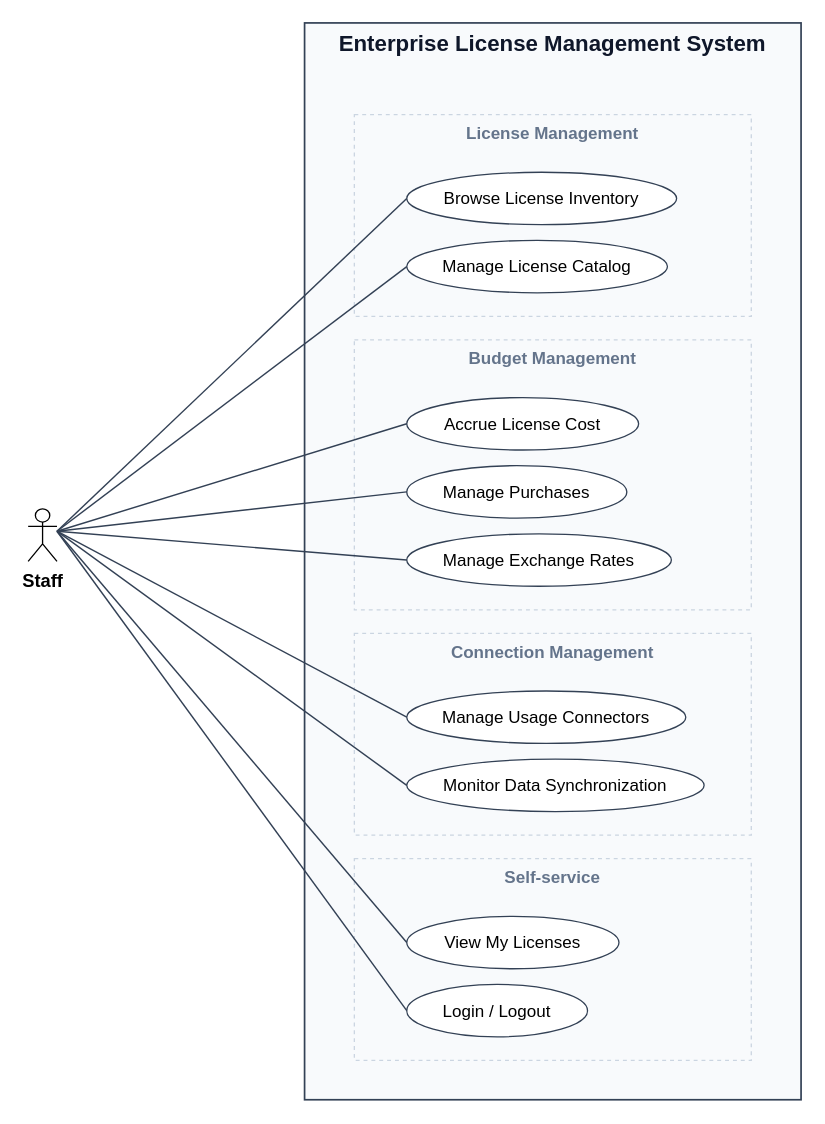
cuonglpv/VFast keeps this draw.io diagram as docs/diagrams/out/uc_staff.drawio. Above is the earlier version. Source tidied: cells renumbered, new cells numbered last; positions are measured from the earlier drawing's top-left corner, leaving out a move shared by most shapes. Both pictures are drawn from the tidied source at 131%, with x=0, y=0 at pixel (28, 22).
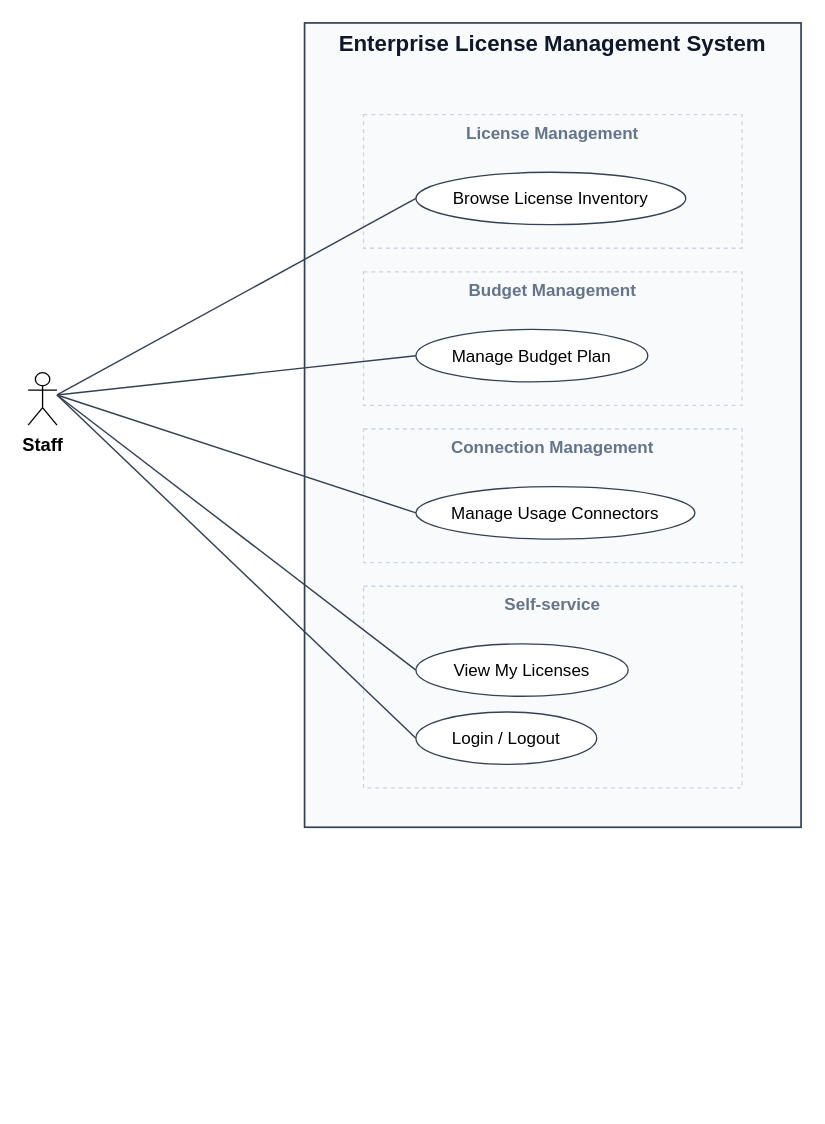
Above is the later version.

Diff of the diagram source:
```diff
@@
     <mxCell id="2" value="Enterprise License Management System" style="rounded=0;arcSize=0;absoluteArcSize=1;whiteSpace=wrap;html=1;fillColor=#F8FAFC;strokeColor=#334155;strokeWidth=1.3;fontSize=17;fontColor=#0f172a;align=center;verticalAlign=top;fontStyle=1;" parent="1" vertex="1">
-      <mxGeometry x="211" width="379" height="822" as="geometry" />
+      <mxGeometry x="211" width="379" height="614" as="geometry" />
     </mxCell>
     <mxCell id="3" value="License Management" style="rounded=0;arcSize=0;absoluteArcSize=1;whiteSpace=wrap;html=1;fillColor=#F8FAFC;strokeColor=#CBD5E1;strokeWidth=1;fontSize=13;fontColor=#64748B;align=center;verticalAlign=top;dashed=1;fontStyle=1;" parent="1" vertex="1">
-      <mxGeometry x="249" y="70" width="303" height="154" as="geometry" />
+      <mxGeometry x="256" y="70" width="289" height="102" as="geometry" />
     </mxCell>
     <mxCell id="4" value="Browse License Inventory" style="ellipse;whiteSpace=wrap;html=1;fillColor=#ffffff;strokeColor=#334155;fontSize=13;fontColor=#000000;" parent="1" vertex="1">
-      <mxGeometry x="289" y="114" width="206" height="40" as="geometry" />
+      <mxGeometry x="296" y="114" width="206" height="40" as="geometry" />
     </mxCell>
-    <mxCell id="5" value="Manage License Catalog" style="ellipse;whiteSpace=wrap;html=1;fillColor=#ffffff;strokeColor=#334155;fontSize=13;fontColor=#000000;" parent="1" vertex="1">
-      <mxGeometry x="289" y="166" width="199" height="40" as="geometry" />
+    <mxCell id="5" value="Budget Management" style="rounded=0;arcSize=0;absoluteArcSize=1;whiteSpace=wrap;html=1;fillColor=#F8FAFC;strokeColor=#CBD5E1;strokeWidth=1;fontSize=13;fontColor=#64748B;align=center;verticalAlign=top;dashed=1;fontStyle=1;" parent="1" vertex="1">
+      <mxGeometry x="256" y="190" width="289" height="102" as="geometry" />
     </mxCell>
-    <mxCell id="6" value="Budget Management" style="rounded=0;arcSize=0;absoluteArcSize=1;whiteSpace=wrap;html=1;fillColor=#F8FAFC;strokeColor=#CBD5E1;strokeWidth=1;fontSize=13;fontColor=#64748B;align=center;verticalAlign=top;dashed=1;fontStyle=1;" parent="1" vertex="1">
-      <mxGeometry x="249" y="242" width="303" height="206" as="geometry" />
+    <mxCell id="6" value="Manage Budget Plan" style="ellipse;whiteSpace=wrap;html=1;fillColor=#ffffff;strokeColor=#334155;fontSize=13;fontColor=#000000;" parent="1" vertex="1">
+      <mxGeometry x="296" y="234" width="177" height="40" as="geometry" />
     </mxCell>
-    <mxCell id="7" value="Accrue License Cost" style="ellipse;whiteSpace=wrap;html=1;fillColor=#ffffff;strokeColor=#334155;fontSize=13;fontColor=#000000;" parent="1" vertex="1">
-      <mxGeometry x="289" y="286" width="177" height="40" as="geometry" />
+    <mxCell id="7" value="Connection Management" style="rounded=0;arcSize=0;absoluteArcSize=1;whiteSpace=wrap;html=1;fillColor=#F8FAFC;strokeColor=#CBD5E1;strokeWidth=1;fontSize=13;fontColor=#64748B;align=center;verticalAlign=top;dashed=1;fontStyle=1;" parent="1" vertex="1">
+      <mxGeometry x="256" y="310" width="289" height="102" as="geometry" />
     </mxCell>
-    <mxCell id="8" value="Manage Purchases" style="ellipse;whiteSpace=wrap;html=1;fillColor=#ffffff;strokeColor=#334155;fontSize=13;fontColor=#000000;" parent="1" vertex="1">
-      <mxGeometry x="289" y="338" width="168" height="40" as="geometry" />
+    <mxCell id="8" value="Manage Usage Connectors" style="ellipse;whiteSpace=wrap;html=1;fillColor=#ffffff;strokeColor=#334155;fontSize=13;fontColor=#000000;" parent="1" vertex="1">
+      <mxGeometry x="296" y="354" width="213" height="40" as="geometry" />
     </mxCell>
-    <mxCell id="9" value="Manage Exchange Rates" style="ellipse;whiteSpace=wrap;html=1;fillColor=#ffffff;strokeColor=#334155;fontSize=13;fontColor=#000000;" parent="1" vertex="1">
-      <mxGeometry x="289" y="390" width="202" height="40" as="geometry" />
+    <mxCell id="9" value="Self-service" style="rounded=0;arcSize=0;absoluteArcSize=1;whiteSpace=wrap;html=1;fillColor=#F8FAFC;strokeColor=#CBD5E1;strokeWidth=1;fontSize=13;fontColor=#64748B;align=center;verticalAlign=top;dashed=1;fontStyle=1;" parent="1" vertex="1">
+      <mxGeometry x="256" y="430" width="289" height="154" as="geometry" />
     </mxCell>
-    <mxCell id="10" value="Connection Management" style="rounded=0;arcSize=0;absoluteArcSize=1;whiteSpace=wrap;html=1;fillColor=#F8FAFC;strokeColor=#CBD5E1;strokeWidth=1;fontSize=13;fontColor=#64748B;align=center;verticalAlign=top;dashed=1;fontStyle=1;" parent="1" vertex="1">
-      <mxGeometry x="249" y="466" width="303" height="154" as="geometry" />
+    <mxCell id="10" value="View My Licenses" style="ellipse;whiteSpace=wrap;html=1;fillColor=#ffffff;strokeColor=#334155;fontSize=13;fontColor=#000000;" parent="1" vertex="1">
+      <mxGeometry x="296" y="474" width="162" height="40" as="geometry" />
     </mxCell>
-    <mxCell id="11" value="Manage Usage Connectors" style="ellipse;whiteSpace=wrap;html=1;fillColor=#ffffff;strokeColor=#334155;fontSize=13;fontColor=#000000;" parent="1" vertex="1">
-      <mxGeometry x="289" y="510" width="213" height="40" as="geometry" />
+    <mxCell id="11" value="Login / Logout" style="ellipse;whiteSpace=wrap;html=1;fillColor=#ffffff;strokeColor=#334155;fontSize=13;fontColor=#000000;" parent="1" vertex="1">
+      <mxGeometry x="296" y="526" width="138" height="40" as="geometry" />
     </mxCell>
-    <mxCell id="12" value="Monitor Data Synchronization" style="ellipse;whiteSpace=wrap;html=1;fillColor=#ffffff;strokeColor=#334155;fontSize=13;fontColor=#000000;" parent="1" vertex="1">
-      <mxGeometry x="289" y="562" width="227" height="40" as="geometry" />
+    <mxCell id="12" value="Staff" style="shape=umlActor;html=1;verticalLabelPosition=bottom;verticalAlign=top;labelPosition=center;align=center;fontSize=14;fontStyle=1;" parent="1" vertex="1">
+      <mxGeometry y="267" width="22" height="40" as="geometry" />
     </mxCell>
-    <mxCell id="13" value="Self-service" style="rounded=0;arcSize=0;absoluteArcSize=1;whiteSpace=wrap;html=1;fillColor=#F8FAFC;strokeColor=#CBD5E1;strokeWidth=1;fontSize=13;fontColor=#64748B;align=center;verticalAlign=top;dashed=1;fontStyle=1;" parent="1" vertex="1">
-      <mxGeometry x="249" y="638" width="303" height="154" as="geometry" />
+    <mxCell id="13" style="html=1;rounded=0;endArrow=none;endFill=0;startArrow=none;startFill=0;strokeColor=#334155;strokeWidth=1.1;" parent="1" edge="1">
+      <mxGeometry relative="1" as="geometry">
+        <mxPoint x="22" y="284" as="sourcePoint" />
+        <mxPoint x="296" y="134" as="targetPoint" />
+      </mxGeometry>
     </mxCell>
-    <mxCell id="14" value="View My Licenses" style="ellipse;whiteSpace=wrap;html=1;fillColor=#ffffff;strokeColor=#334155;fontSize=13;fontColor=#000000;" parent="1" vertex="1">
-      <mxGeometry x="289" y="682" width="162" height="40" as="geometry" />
+    <mxCell id="14" style="html=1;rounded=0;endArrow=none;endFill=0;startArrow=none;startFill=0;strokeColor=#334155;strokeWidth=1.1;" parent="1" edge="1">
+      <mxGeometry relative="1" as="geometry">
+        <mxPoint x="22" y="284" as="sourcePoint" />
+        <mxPoint x="296" y="254" as="targetPoint" />
+      </mxGeometry>
     </mxCell>
-    <mxCell id="15" value="Login / Logout" style="ellipse;whiteSpace=wrap;html=1;fillColor=#ffffff;strokeColor=#334155;fontSize=13;fontColor=#000000;" parent="1" vertex="1">
-      <mxGeometry x="289" y="734" width="138" height="40" as="geometry" />
+    <mxCell id="15" style="html=1;rounded=0;endArrow=none;endFill=0;startArrow=none;startFill=0;strokeColor=#334155;strokeWidth=1.1;" parent="1" edge="1">
+      <mxGeometry relative="1" as="geometry">
+        <mxPoint x="22" y="284" as="sourcePoint" />
+        <mxPoint x="296" y="374" as="targetPoint" />
+      </mxGeometry>
     </mxCell>
-    <mxCell id="16" value="Staff" style="shape=umlActor;html=1;verticalLabelPosition=bottom;verticalAlign=top;labelPosition=center;align=center;fontSize=14;fontStyle=1;" parent="1" vertex="1">
-      <mxGeometry y="371" width="22" height="40" as="geometry" />
+    <mxCell id="16" style="html=1;rounded=0;endArrow=none;endFill=0;startArrow=none;startFill=0;strokeColor=#334155;strokeWidth=1.1;" parent="1" edge="1">
+      <mxGeometry relative="1" as="geometry">
+        <mxPoint x="22" y="284" as="sourcePoint" />
+        <mxPoint x="296" y="494" as="targetPoint" />
+      </mxGeometry>
     </mxCell>
     <mxCell id="17" style="html=1;rounded=0;endArrow=none;endFill=0;startArrow=none;startFill=0;strokeColor=#334155;strokeWidth=1.1;" parent="1" edge="1">
       <mxGeometry relative="1" as="geometry">
-        <mxPoint x="22" y="388" as="sourcePoint" />
-        <mxPoint x="289" y="134" as="targetPoint" />
+        <mxPoint x="22" y="284" as="sourcePoint" />
+        <mxPoint x="296" y="546" as="targetPoint" />
       </mxGeometry>
     </mxCell>
-    <mxCell id="18" style="html=1;rounded=0;endArrow=none;endFill=0;startArrow=none;startFill=0;strokeColor=#334155;strokeWidth=1.1;" parent="1" edge="1">
-      <mxGeometry relative="1" as="geometry">
-        <mxPoint x="22" y="388" as="sourcePoint" />
-        <mxPoint x="289" y="186" as="targetPoint" />
-      </mxGeometry>
-    </mxCell>
-    <mxCell id="19" style="html=1;rounded=0;endArrow=none;endFill=0;startArrow=none;startFill=0;strokeColor=#334155;strokeWidth=1.1;" parent="1" edge="1">
-      <mxGeometry relative="1" as="geometry">
-        <mxPoint x="22" y="388" as="sourcePoint" />
-        <mxPoint x="289" y="306" as="targetPoint" />
-      </mxGeometry>
-    </mxCell>
-    <mxCell id="20" style="html=1;rounded=0;endArrow=none;endFill=0;startArrow=none;startFill=0;strokeColor=#334155;strokeWidth=1.1;" parent="1" edge="1">
-      <mxGeometry relative="1" as="geometry">
-        <mxPoint x="22" y="388" as="sourcePoint" />
-        <mxPoint x="289" y="358" as="targetPoint" />
-      </mxGeometry>
-    </mxCell>
-    <mxCell id="21" style="html=1;rounded=0;endArrow=none;endFill=0;startArrow=none;startFill=0;strokeColor=#334155;strokeWidth=1.1;" parent="1" edge="1">
-      <mxGeometry relative="1" as="geometry">
-        <mxPoint x="22" y="388" as="sourcePoint" />
-        <mxPoint x="289" y="410" as="targetPoint" />
-      </mxGeometry>
-    </mxCell>
-    <mxCell id="22" style="html=1;rounded=0;endArrow=none;endFill=0;startArrow=none;startFill=0;strokeColor=#334155;strokeWidth=1.1;" parent="1" edge="1">
-      <mxGeometry relative="1" as="geometry">
-        <mxPoint x="22" y="388" as="sourcePoint" />
-        <mxPoint x="289" y="530" as="targetPoint" />
-      </mxGeometry>
-    </mxCell>
-    <mxCell id="23" style="html=1;rounded=0;endArrow=none;endFill=0;startArrow=none;startFill=0;strokeColor=#334155;strokeWidth=1.1;" parent="1" edge="1">
-      <mxGeometry relative="1" as="geometry">
-        <mxPoint x="22" y="388" as="sourcePoint" />
-        <mxPoint x="289" y="582" as="targetPoint" />
-      </mxGeometry>
-    </mxCell>
-    <mxCell id="24" style="html=1;rounded=0;endArrow=none;endFill=0;startArrow=none;startFill=0;strokeColor=#334155;strokeWidth=1.1;" parent="1" edge="1">
-      <mxGeometry relative="1" as="geometry">
-        <mxPoint x="22" y="388" as="sourcePoint" />
-        <mxPoint x="289" y="702" as="targetPoint" />
-      </mxGeometry>
-    </mxCell>
-    <mxCell id="25" style="html=1;rounded=0;endArrow=none;endFill=0;startArrow=none;startFill=0;strokeColor=#334155;strokeWidth=1.1;" parent="1" edge="1">
-      <mxGeometry relative="1" as="geometry">
-        <mxPoint x="22" y="388" as="sourcePoint" />
-        <mxPoint x="289" y="754" as="targetPoint" />
-      </mxGeometry>
-    </mxCell>
```
